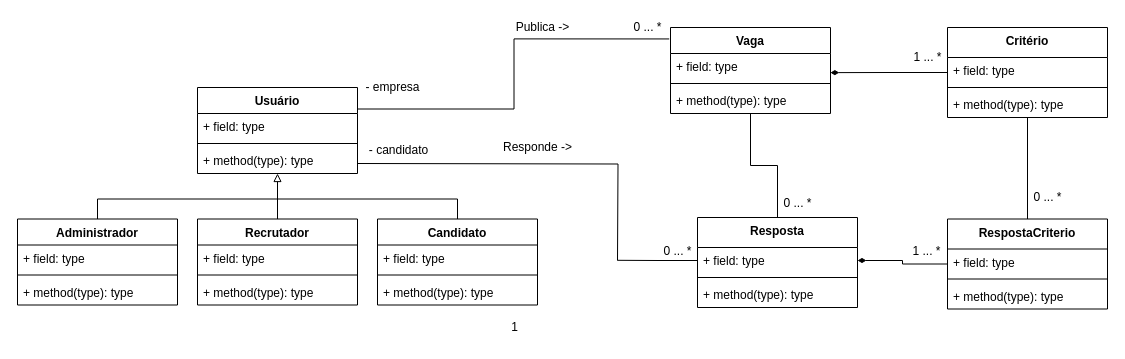
This is page "Modelo de dominio" (1 of 2) of Documents/Class diagram.drawio from luizamendes/VenturaHR, a draw.io file, before an edit. Source tidied: cells renumbered, new cells numbered last; positions are measured from the earlier drawing's top-left corner, leaving out a move shared by most shapes. Both pictures are drawn from the tidied source at 100%, with x=0, y=0 at pixel (17, 17).
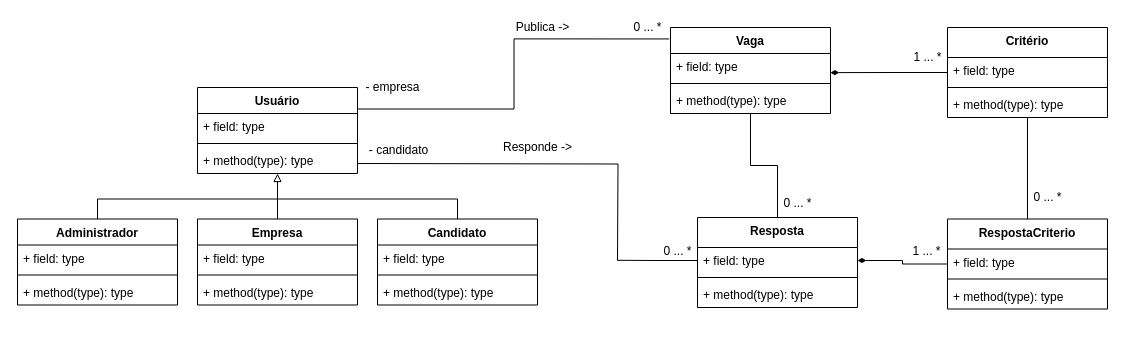
After the change.

Change to the diagram source:
```diff
@@
-    <mxCell id="2" value="1" style="align=right;verticalAlign=bottom;labelBackgroundColor=none;fontSize=12;" parent="1" vertex="1">
-      <mxGeometry x="210" y="324.5" as="geometry">
-        <mxPoint x="292" y="-7" as="offset" />
-      </mxGeometry>
-    </mxCell>
@@
-    <mxCell id="38" value="Recrutador" style="swimlane;fontStyle=1;align=center;verticalAlign=top;horizontal=1;startSize=26;" parent="1" vertex="1">
+    <mxCell id="38" value="Empresa" style="swimlane;fontStyle=1;align=center;verticalAlign=top;horizontal=1;startSize=26;" parent="1" vertex="1">
       <mxGeometry x="180" y="201.5" width="160" height="86" as="geometry" />
     </mxCell>
```
